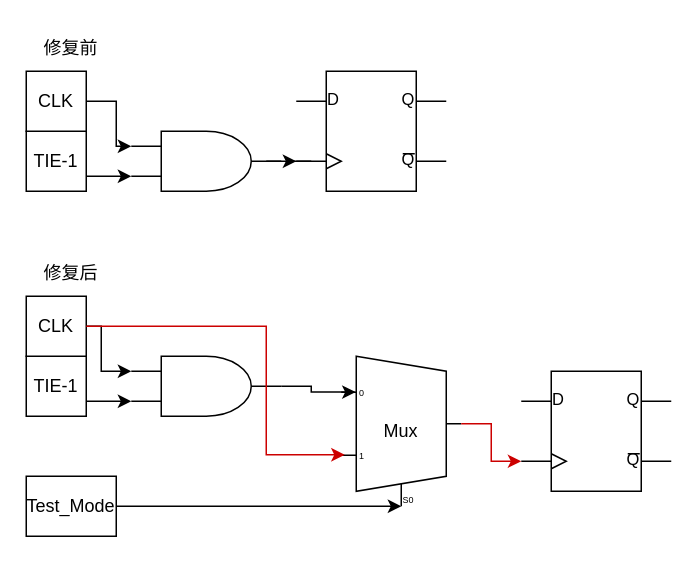
Earlier version of the draw.io diagram Untitled Diagram.drawio (Gao-June/TCP_IP_network-programming). Source tidied: cells renumbered, new cells numbered last; positions are measured from the earlier drawing's top-left corner, leaving out a move shared by most shapes. Both pictures are drawn from the tidied source at 150%, with x=0, y=0 at pixel (26, 26).
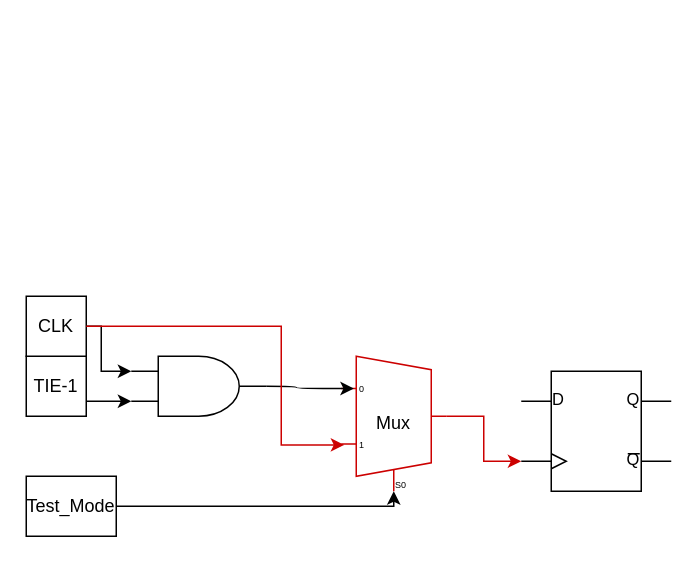
The same page after the edit.

Unchanged cells that the change refers to:
```xml
<mxCell id="11" style="verticalLabelPosition=bottom;shadow=0;dashed=0;align=center;html=1;verticalAlign=top;shape=mxgraph.electrical.logic_gates.d_type_flip-flop;" parent="1" vertex="1">
  <mxGeometry x="330" y="230" width="100" height="80" as="geometry" />
</mxCell>
<mxCell id="14" value="CLK" style="rounded=0;whiteSpace=wrap;html=1;" parent="1" vertex="1">
  <mxGeometry y="180" width="40" height="40" as="geometry" />
</mxCell>
<mxCell id="20" value="Test_Mode" style="rounded=0;whiteSpace=wrap;html=1;" parent="1" vertex="1">
  <mxGeometry y="300" width="60" height="40" as="geometry" />
</mxCell>
```

The edit, as a diff of the source:
```diff
@@
-    <mxCell id="2" style="verticalLabelPosition=bottom;shadow=0;dashed=0;align=center;html=1;verticalAlign=top;shape=mxgraph.electrical.logic_gates.logic_gate;operation=and;" parent="1" vertex="1">
-      <mxGeometry x="70" y="70" width="100" height="40" as="geometry" />
-    </mxCell>
-    <mxCell id="3" style="verticalLabelPosition=bottom;shadow=0;dashed=0;align=center;html=1;verticalAlign=top;shape=mxgraph.electrical.logic_gates.d_type_flip-flop;" parent="1" vertex="1">
-      <mxGeometry x="180" y="30" width="100" height="80" as="geometry" />
-    </mxCell>
-    <mxCell id="4" value="TIE-1" style="rounded=0;whiteSpace=wrap;html=1;" parent="1" vertex="1">
-      <mxGeometry y="70" width="40" height="40" as="geometry" />
-    </mxCell>
-    <mxCell id="5" style="edgeStyle=orthogonalEdgeStyle;rounded=0;jettySize=auto;html=1;entryX=0;entryY=0.75;entryDx=0;entryDy=0;entryPerimeter=0;exitX=1;exitY=0.75;exitDx=0;exitDy=0;" parent="1" edge="1" source="4" target="2">
-      <mxGeometry relative="1" as="geometry" />
-    </mxCell>
-    <mxCell id="6" value="CLK" style="rounded=0;whiteSpace=wrap;html=1;" parent="1" vertex="1">
-      <mxGeometry y="30" width="40" height="40" as="geometry" />
-    </mxCell>
-    <mxCell id="7" style="edgeStyle=orthogonalEdgeStyle;rounded=0;jettySize=auto;html=1;entryX=0;entryY=0.25;entryDx=0;entryDy=0;entryPerimeter=0;" parent="1" edge="1" source="6" target="2">
-      <mxGeometry relative="1" as="geometry" />
-    </mxCell>
-    <mxCell id="8" style="edgeStyle=orthogonalEdgeStyle;rounded=0;jettySize=auto;html=1;entryX=0;entryY=0.75;entryDx=0;entryDy=0;entryPerimeter=0;" parent="1" edge="1" source="2" target="3">
-      <mxGeometry relative="1" as="geometry" />
-    </mxCell>
-    <mxCell id="9" value="修复前" style="text;html=1;align=center;verticalAlign=middle;whiteSpace=wrap;rounded=0;" parent="1" vertex="1">
-      <mxGeometry width="60" height="30" as="geometry" />
-    </mxCell>
     <mxCell id="10" style="verticalLabelPosition=bottom;shadow=0;dashed=0;align=center;html=1;verticalAlign=top;shape=mxgraph.electrical.logic_gates.logic_gate;operation=and;" parent="1" vertex="1">
-      <mxGeometry x="70" y="220" width="100" height="40" as="geometry" />
+      <mxGeometry x="70" y="220" width="90" height="40" as="geometry" />
     </mxCell>
@@
-    <mxCell id="16" value="修复后" style="text;html=1;align=center;verticalAlign=middle;whiteSpace=wrap;rounded=0;" parent="1" vertex="1">
-      <mxGeometry y="150" width="60" height="30" as="geometry" />
-    </mxCell>
-    <mxCell id="17" value="Mux" style="shadow=0;dashed=0;align=center;html=1;strokeWidth=1;shape=mxgraph.electrical.abstract.mux2;whiteSpace=wrap;" parent="1" vertex="1">
-      <mxGeometry x="210" y="220" width="80" height="100" as="geometry" />
+    <mxCell id="17" value="Mux" style="shadow=0;dashed=0;align=center;html=1;strokeWidth=1;shape=mxgraph.electrical.abstract.mux2;whiteSpace=wrap;strokeColor=#CC0000;" parent="1" vertex="1">
+      <mxGeometry x="210" y="220" width="70" height="90" as="geometry" />
     </mxCell>
-    <mxCell id="18" style="edgeStyle=orthogonalEdgeStyle;rounded=0;jettySize=auto;html=1;entryX=0.12;entryY=0.239;entryDx=0;entryDy=0;entryPerimeter=0;" parent="1" edge="1" source="10" target="17">
+    <mxCell id="18" style="edgeStyle=orthogonalEdgeStyle;rounded=0;jettySize=auto;html=1;entryX=0.12;entryY=0.239;entryDx=0;entryDy=0;entryPerimeter=0;exitX=1;exitY=0.5;exitDx=0;exitDy=0;exitPerimeter=0;curved=1;" parent="1" edge="1" source="10" target="17">
       <mxGeometry relative="1" as="geometry">
         <Array as="points">
-          <mxPoint x="190" y="240" />
-          <mxPoint x="190" y="244" />
+          <mxPoint x="180" y="240" />
+          <mxPoint x="180" y="242" />
         </Array>
       </mxGeometry>
     </mxCell>
-    <mxCell id="19" style="edgeStyle=orthogonalEdgeStyle;rounded=0;jettySize=auto;html=1;entryX=0.029;entryY=0.657;entryDx=0;entryDy=0;entryPerimeter=0;strokeColor=#CC0000;" parent="1" edge="1" source="14" target="17">
+    <mxCell id="19" style="edgeStyle=elbowEdgeStyle;rounded=0;jettySize=auto;html=1;entryX=0.029;entryY=0.657;entryDx=0;entryDy=0;entryPerimeter=0;strokeColor=#CC0000;" parent="1" edge="1" source="14" target="17">
       <mxGeometry relative="1" as="geometry">
         <Array as="points">
-          <mxPoint x="160" y="200" />
-          <mxPoint x="160" y="286" />
+          <mxPoint x="170" y="240" />
         </Array>
       </mxGeometry>
     </mxCell>
@@
+    <mxCell id="22" style="edgeStyle=orthogonalEdgeStyle;rounded=0;jettySize=auto;html=1;exitX=1;exitY=0.5;exitDx=0;exitDy=-5;exitPerimeter=0;entryX=0;entryY=0.75;entryDx=0;entryDy=0;entryPerimeter=0;strokeColor=#CC0000;" parent="1" edge="1" source="17" target="11">
+      <mxGeometry relative="1" as="geometry" />
+    </mxCell>
-    <mxCell id="21" style="edgeStyle=orthogonalEdgeStyle;rounded=0;jettySize=auto;html=1;entryX=0.375;entryY=1;entryDx=10;entryDy=0;entryPerimeter=0;exitX=1;exitY=0.5;exitDx=0;exitDy=0;" parent="1" edge="1" source="20" target="17">
+    <mxCell id="21" style="edgeStyle=orthogonalEdgeStyle;rounded=0;jettySize=auto;html=1;entryX=0.35714285714285715;entryY=1;entryDx=10;entryDy=0;entryPerimeter=0;" parent="1" edge="1" source="20" target="17">
       <mxGeometry relative="1" as="geometry">
         <Array as="points">
-          <mxPoint x="250" y="320" />
+          <mxPoint x="245" y="320" />
         </Array>
       </mxGeometry>
     </mxCell>
-    <mxCell id="22" style="edgeStyle=orthogonalEdgeStyle;rounded=0;jettySize=auto;html=1;exitX=1;exitY=0.5;exitDx=0;exitDy=-5;exitPerimeter=0;entryX=0;entryY=0.75;entryDx=0;entryDy=0;entryPerimeter=0;strokeColor=#CC0000;" parent="1" edge="1" source="17" target="11">
-      <mxGeometry relative="1" as="geometry" />
-    </mxCell>
```
